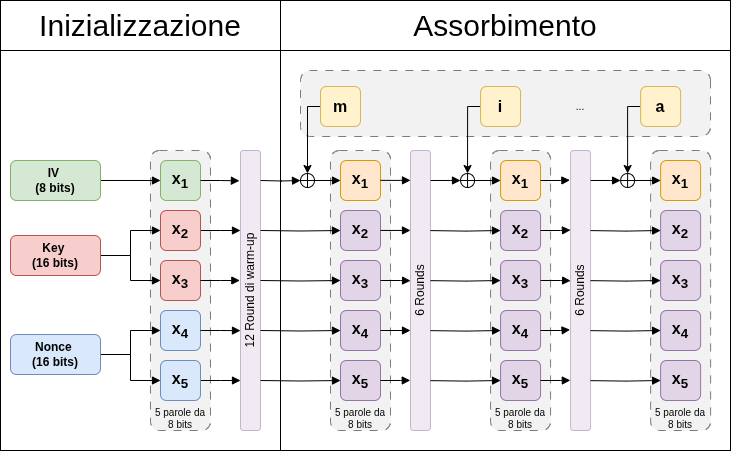
P1c1s/ascon129f keeps this draw.io diagram as ascon129f.drawio.png. Above is the earlier version. Source tidied: cells renumbered, new cells last; positions are measured from the earlier drawing's top-left corner, leaving out a move shared by most shapes.
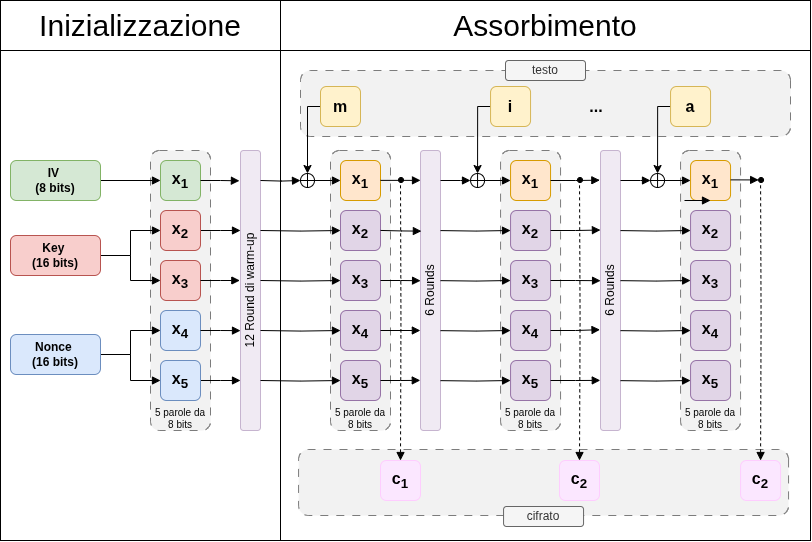
After the change.

Change to the diagram source:
```diff
@@ -2,20 +2,23 @@
   <root>
     <mxCell id="0" />
     <mxCell id="1" parent="0" />
-    <mxCell id="2" style="rounded=0;whiteSpace=wrap;html=1;fontSize=30;" parent="1" vertex="1">
-      <mxGeometry x="280" y="50" width="450" height="400" as="geometry" />
-    </mxCell>
+    <mxCell id="95" style="rounded=0;whiteSpace=wrap;html=1;fontSize=30;" parent="1" vertex="1">
+      <mxGeometry x="280" y="10" width="530" height="530" as="geometry" />
+    </mxCell>
+    <mxCell id="96" style="rounded=1;whiteSpace=wrap;html=1;fillColor=#E6E6E6;strokeColor=default;opacity=50;direction=south;dashed=1;dashPattern=8 8;" parent="1" vertex="1">
+      <mxGeometry x="298.1" y="449" width="490" height="66" as="geometry" />
+    </mxCell>
     <mxCell id="3" value="Assorbimento" style="rounded=0;whiteSpace=wrap;html=1;fontSize=30;" parent="1" vertex="1">
-      <mxGeometry x="280" width="450" height="50" as="geometry" />
+      <mxGeometry x="280" width="530" height="50" as="geometry" />
     </mxCell>
     <mxCell id="4" style="rounded=0;whiteSpace=wrap;html=1;fontSize=30;" parent="1" vertex="1">
-      <mxGeometry y="50" width="280" height="400" as="geometry" />
+      <mxGeometry y="50" width="280" height="490" as="geometry" />
     </mxCell>
     <mxCell id="5" style="rounded=1;whiteSpace=wrap;html=1;fillColor=#E6E6E6;strokeColor=default;opacity=50;dashed=1;dashPattern=8 8;" parent="1" vertex="1">
       <mxGeometry x="330" y="150" width="60" height="280" as="geometry" />
     </mxCell>
     <mxCell id="6" style="rounded=1;whiteSpace=wrap;html=1;fillColor=#E6E6E6;strokeColor=default;opacity=50;direction=south;dashed=1;dashPattern=8 8;" parent="1" vertex="1">
-      <mxGeometry x="300" y="70" width="410" height="66" as="geometry" />
+      <mxGeometry x="300" y="70" width="490" height="66" as="geometry" />
     </mxCell>
     <mxCell id="7" style="rounded=1;whiteSpace=wrap;html=1;fillColor=#E6E6E6;strokeColor=default;opacity=50;dashed=1;dashPattern=8 8;" parent="1" vertex="1">
       <mxGeometry x="150" y="150" width="60" height="280" as="geometry" />
@@ -139,7 +142,7 @@
       </mxGeometry>
     </mxCell>
     <mxCell id="36" value="&lt;div&gt;6 Rounds&lt;/div&gt;" style="rounded=1;whiteSpace=wrap;html=1;fillColor=#e1d5e7;strokeColor=#9673a6;opacity=50;horizontal=0;" parent="1" vertex="1">
-      <mxGeometry x="410" y="150" width="20" height="280" as="geometry" />
+      <mxGeometry x="420" y="150" width="20" height="280" as="geometry" />
     </mxCell>
     <mxCell id="37" style="edgeStyle=orthogonalEdgeStyle;rounded=0;jettySize=auto;html=1;entryX=0.003;entryY=0.465;entryDx=0;entryDy=0;entryPerimeter=0;endArrow=block;endFill=1;" parent="1" edge="1" source="27" target="36">
       <mxGeometry relative="1" as="geometry" />
@@ -185,38 +188,38 @@
       <mxGeometry relative="1" as="geometry" />
     </mxCell>
     <mxCell id="48" style="rounded=1;whiteSpace=wrap;html=1;fillColor=#E6E6E6;strokeColor=default;opacity=50;dashed=1;dashPattern=8 8;" parent="1" vertex="1">
-      <mxGeometry x="490.1" y="150" width="60" height="280" as="geometry" />
+      <mxGeometry x="500.1" y="150" width="60" height="280" as="geometry" />
     </mxCell>
     <mxCell id="49" value="x&lt;sub&gt;1&lt;/sub&gt;" style="rounded=1;whiteSpace=wrap;html=1;fillColor=#ffe6cc;strokeColor=#d79b00;fontStyle=1;fontSize=16;" parent="1" vertex="1">
-      <mxGeometry x="500.1" y="160" width="40" height="40" as="geometry" />
+      <mxGeometry x="510.1" y="160" width="40" height="40" as="geometry" />
     </mxCell>
     <mxCell id="50" value="x&lt;sub&gt;2&lt;/sub&gt;" style="rounded=1;whiteSpace=wrap;html=1;fillColor=#e1d5e7;strokeColor=#9673a6;fontStyle=1;fontSize=16;" parent="1" vertex="1">
-      <mxGeometry x="500.1" y="210" width="40" height="40" as="geometry" />
+      <mxGeometry x="510.1" y="210" width="40" height="40" as="geometry" />
     </mxCell>
     <mxCell id="51" value="x&lt;sub&gt;3&lt;/sub&gt;" style="rounded=1;whiteSpace=wrap;html=1;fillColor=#e1d5e7;strokeColor=#9673a6;fontStyle=1;fontSize=16;" parent="1" vertex="1">
-      <mxGeometry x="500.1" y="260" width="40" height="40" as="geometry" />
+      <mxGeometry x="510.1" y="260" width="40" height="40" as="geometry" />
     </mxCell>
     <mxCell id="52" value="x&lt;sub&gt;4&lt;/sub&gt;" style="rounded=1;whiteSpace=wrap;html=1;fillColor=#e1d5e7;strokeColor=#9673a6;fontStyle=1;fontSize=16;" parent="1" vertex="1">
-      <mxGeometry x="500.1" y="310" width="40" height="40" as="geometry" />
+      <mxGeometry x="510.1" y="310" width="40" height="40" as="geometry" />
     </mxCell>
     <mxCell id="53" value="x&lt;sub&gt;5&lt;/sub&gt;" style="rounded=1;whiteSpace=wrap;html=1;fillColor=#e1d5e7;strokeColor=#9673a6;fontStyle=1;fontSize=16;" parent="1" vertex="1">
-      <mxGeometry x="500.1" y="360" width="40" height="40" as="geometry" />
+      <mxGeometry x="510.1" y="360" width="40" height="40" as="geometry" />
     </mxCell>
     <mxCell id="54" value="5 parole da 8 bits" style="text;html=1;whiteSpace=wrap;strokeColor=none;fillColor=none;align=center;verticalAlign=middle;rounded=0;fontSize=10;" parent="1" vertex="1">
-      <mxGeometry x="490.1" y="408" width="60" height="20" as="geometry" />
+      <mxGeometry x="500.1" y="408" width="60" height="20" as="geometry" />
     </mxCell>
     <mxCell id="55" style="edgeStyle=orthogonalEdgeStyle;rounded=0;jettySize=auto;html=1;entryX=0.5;entryY=0;entryDx=0;entryDy=0;" parent="1" edge="1" source="56" target="64">
       <mxGeometry relative="1" as="geometry">
         <Array as="points">
-          <mxPoint x="467.1" y="106" />
+          <mxPoint x="477.1" y="106" />
         </Array>
       </mxGeometry>
     </mxCell>
     <mxCell id="56" value="i" style="rounded=1;whiteSpace=wrap;html=1;fillColor=#fff2cc;strokeColor=#d6b656;fontStyle=1;fontSize=16;" parent="1" vertex="1">
-      <mxGeometry x="480.1" y="86" width="40" height="40" as="geometry" />
+      <mxGeometry x="490.1" y="86" width="40" height="40" as="geometry" />
     </mxCell>
     <mxCell id="57" value="&lt;div&gt;6 Rounds&lt;/div&gt;" style="rounded=1;whiteSpace=wrap;html=1;fillColor=#e1d5e7;strokeColor=#9673a6;opacity=50;horizontal=0;" parent="1" vertex="1">
-      <mxGeometry x="570.1" y="150" width="20" height="280" as="geometry" />
+      <mxGeometry x="600" y="150" width="20" height="280" as="geometry" />
     </mxCell>
     <mxCell id="58" style="edgeStyle=orthogonalEdgeStyle;rounded=0;jettySize=auto;html=1;entryX=-0.033;entryY=0.106;entryDx=0;entryDy=0;entryPerimeter=0;endArrow=block;endFill=1;" parent="1" edge="1" source="49" target="57">
       <mxGeometry relative="1" as="geometry" />
@@ -237,7 +240,7 @@
       <mxGeometry relative="1" as="geometry" />
     </mxCell>
     <mxCell id="64" style="ellipse;whiteSpace=wrap;html=1;" parent="1" vertex="1">
-      <mxGeometry x="460.1" y="173" width="14" height="14" as="geometry" />
+      <mxGeometry x="470.1" y="173" width="14" height="14" as="geometry" />
     </mxCell>
     <mxCell id="65" style="endArrow=none;html=1;rounded=0;entryX=0.5;entryY=0;entryDx=0;entryDy=0;exitX=0.5;exitY=1;exitDx=0;exitDy=0;" parent="1" edge="1" source="64" target="64">
       <mxGeometry relative="1" as="geometry" />
@@ -245,16 +248,15 @@
     <mxCell id="66" style="endArrow=none;html=1;rounded=0;exitX=0;exitY=0.5;exitDx=0;exitDy=0;entryX=1;entryY=0.5;entryDx=0;entryDy=0;" parent="1" edge="1" source="64" target="64">
       <mxGeometry relative="1" as="geometry" />
     </mxCell>
-    <mxCell id="67" style="edgeStyle=orthogonalEdgeStyle;rounded=0;orthogonalLoop=1;jettySize=auto;html=1;entryX=0.003;entryY=0.465;entryDx=0;entryDy=0;entryPerimeter=0;endArrow=block;endFill=1;" parent="1" edge="1">
+    <mxCell id="67" style="edgeStyle=orthogonalEdgeStyle;rounded=0;jettySize=auto;html=1;entryX=0.044;entryY=0.288;entryDx=0;entryDy=0;entryPerimeter=0;endArrow=block;endFill=1;" parent="1" edge="1" target="36">
       <mxGeometry relative="1" as="geometry">
         <mxPoint x="380" y="229.9" as="sourcePoint" />
-        <mxPoint x="410" y="229.9" as="targetPoint" />
       </mxGeometry>
     </mxCell>
     <mxCell id="68" style="edgeStyle=orthogonalEdgeStyle;rounded=0;orthogonalLoop=1;jettySize=auto;html=1;entryX=0.003;entryY=0.465;entryDx=0;entryDy=0;entryPerimeter=0;endArrow=block;endFill=1;" parent="1" edge="1">
       <mxGeometry relative="1" as="geometry">
         <mxPoint x="380" y="179.9" as="sourcePoint" />
-        <mxPoint x="410" y="179.9" as="targetPoint" />
+        <mxPoint x="420" y="179.9" as="targetPoint" />
         <Array as="points">
           <mxPoint x="400" y="179.9" />
           <mxPoint x="400" y="179.9" />
@@ -267,78 +269,77 @@
         <mxPoint x="340" y="180" as="targetPoint" />
       </mxGeometry>
     </mxCell>
-    <mxCell id="70" style="edgeStyle=orthogonalEdgeStyle;rounded=0;orthogonalLoop=1;jettySize=auto;html=1;entryX=0.003;entryY=0.465;entryDx=0;entryDy=0;entryPerimeter=0;endArrow=block;endFill=1;" parent="1" edge="1">
+    <mxCell id="70" style="edgeStyle=orthogonalEdgeStyle;rounded=0;jettySize=auto;html=1;entryX=-0.012;entryY=0.644;entryDx=0;entryDy=0;entryPerimeter=0;endArrow=block;endFill=1;" parent="1" edge="1" target="36">
       <mxGeometry relative="1" as="geometry">
         <mxPoint x="380" y="330" as="sourcePoint" />
-        <mxPoint x="410" y="330" as="targetPoint" />
       </mxGeometry>
     </mxCell>
     <mxCell id="71" style="edgeStyle=orthogonalEdgeStyle;rounded=0;jettySize=auto;html=1;entryX=0;entryY=0.5;entryDx=0;entryDy=0;endArrow=block;endFill=1;" parent="1" edge="1" target="51">
       <mxGeometry relative="1" as="geometry">
-        <mxPoint x="430" y="280.1" as="sourcePoint" />
+        <mxPoint x="440" y="280.1" as="sourcePoint" />
       </mxGeometry>
     </mxCell>
     <mxCell id="72" style="edgeStyle=orthogonalEdgeStyle;rounded=0;jettySize=auto;html=1;entryX=0;entryY=0.5;entryDx=0;entryDy=0;endArrow=block;endFill=1;" parent="1" edge="1" target="53">
       <mxGeometry relative="1" as="geometry">
-        <mxPoint x="430" y="380.1" as="sourcePoint" />
+        <mxPoint x="440" y="380.1" as="sourcePoint" />
       </mxGeometry>
     </mxCell>
     <mxCell id="73" style="edgeStyle=orthogonalEdgeStyle;rounded=0;jettySize=auto;html=1;entryX=0;entryY=0.5;entryDx=0;entryDy=0;endArrow=block;endFill=1;" parent="1" edge="1" target="50">
       <mxGeometry relative="1" as="geometry">
-        <mxPoint x="430" y="230.1" as="sourcePoint" />
+        <mxPoint x="440" y="230.1" as="sourcePoint" />
       </mxGeometry>
     </mxCell>
     <mxCell id="74" style="edgeStyle=orthogonalEdgeStyle;rounded=0;orthogonalLoop=1;jettySize=auto;html=1;entryX=0.003;entryY=0.465;entryDx=0;entryDy=0;entryPerimeter=0;endArrow=block;endFill=1;" parent="1" edge="1">
       <mxGeometry relative="1" as="geometry">
-        <mxPoint x="430" y="180" as="sourcePoint" />
-        <mxPoint x="460" y="180" as="targetPoint" />
+        <mxPoint x="440" y="180" as="sourcePoint" />
+        <mxPoint x="470" y="180" as="targetPoint" />
         <Array as="points">
-          <mxPoint x="450" y="180" />
-          <mxPoint x="450" y="180" />
+          <mxPoint x="460" y="180" />
+          <mxPoint x="460" y="180" />
         </Array>
       </mxGeometry>
     </mxCell>
     <mxCell id="75" style="edgeStyle=orthogonalEdgeStyle;rounded=0;jettySize=auto;html=1;entryX=0;entryY=0.5;entryDx=0;entryDy=0;endArrow=block;endFill=1;" parent="1" edge="1" target="52">
       <mxGeometry relative="1" as="geometry">
-        <mxPoint x="430" y="330.1" as="sourcePoint" />
+        <mxPoint x="440" y="330.1" as="sourcePoint" />
       </mxGeometry>
     </mxCell>
     <mxCell id="76" style="rounded=1;whiteSpace=wrap;html=1;fillColor=#E6E6E6;strokeColor=default;opacity=50;dashed=1;dashPattern=8 8;" parent="1" vertex="1">
-      <mxGeometry x="650.1" y="150" width="60" height="280" as="geometry" />
+      <mxGeometry x="680.1" y="150" width="60" height="280" as="geometry" />
     </mxCell>
     <mxCell id="77" value="x&lt;sub&gt;1&lt;/sub&gt;" style="rounded=1;whiteSpace=wrap;html=1;fillColor=#ffe6cc;strokeColor=#d79b00;fontStyle=1;fontSize=16;" parent="1" vertex="1">
-      <mxGeometry x="660.1" y="160" width="40" height="40" as="geometry" />
+      <mxGeometry x="690.1" y="160" width="40" height="40" as="geometry" />
     </mxCell>
     <mxCell id="78" value="x&lt;sub&gt;2&lt;/sub&gt;" style="rounded=1;whiteSpace=wrap;html=1;fillColor=#e1d5e7;strokeColor=#9673a6;fontStyle=1;fontSize=16;" parent="1" vertex="1">
-      <mxGeometry x="660.1" y="210" width="40" height="40" as="geometry" />
+      <mxGeometry x="690.1" y="210" width="40" height="40" as="geometry" />
     </mxCell>
     <mxCell id="79" value="x&lt;sub&gt;3&lt;/sub&gt;" style="rounded=1;whiteSpace=wrap;html=1;fillColor=#e1d5e7;strokeColor=#9673a6;fontStyle=1;fontSize=16;" parent="1" vertex="1">
-      <mxGeometry x="660.1" y="260" width="40" height="40" as="geometry" />
+      <mxGeometry x="690.1" y="260" width="40" height="40" as="geometry" />
     </mxCell>
     <mxCell id="80" value="x&lt;sub&gt;4&lt;/sub&gt;" style="rounded=1;whiteSpace=wrap;html=1;fillColor=#e1d5e7;strokeColor=#9673a6;fontStyle=1;fontSize=16;" parent="1" vertex="1">
-      <mxGeometry x="660.1" y="310" width="40" height="40" as="geometry" />
+      <mxGeometry x="690.1" y="310" width="40" height="40" as="geometry" />
     </mxCell>
     <mxCell id="81" value="x&lt;sub&gt;5&lt;/sub&gt;" style="rounded=1;whiteSpace=wrap;html=1;fillColor=#e1d5e7;strokeColor=#9673a6;fontStyle=1;fontSize=16;" parent="1" vertex="1">
-      <mxGeometry x="660.1" y="360" width="40" height="40" as="geometry" />
+      <mxGeometry x="690.1" y="360" width="40" height="40" as="geometry" />
     </mxCell>
     <mxCell id="82" value="5 parole da 8 bits" style="text;html=1;whiteSpace=wrap;strokeColor=none;fillColor=none;align=center;verticalAlign=middle;rounded=0;fontSize=10;" parent="1" vertex="1">
-      <mxGeometry x="650.1" y="408" width="60" height="20" as="geometry" />
+      <mxGeometry x="680.1" y="408" width="60" height="20" as="geometry" />
     </mxCell>
     <mxCell id="83" style="edgeStyle=orthogonalEdgeStyle;rounded=0;jettySize=auto;html=1;entryX=0.5;entryY=0;entryDx=0;entryDy=0;" parent="1" edge="1" source="84" target="86">
       <mxGeometry relative="1" as="geometry">
         <Array as="points">
-          <mxPoint x="627.1" y="106" />
+          <mxPoint x="657.1" y="106" />
         </Array>
       </mxGeometry>
     </mxCell>
     <mxCell id="84" value="a" style="rounded=1;whiteSpace=wrap;html=1;fillColor=#fff2cc;strokeColor=#d6b656;fontStyle=1;fontSize=16;" parent="1" vertex="1">
-      <mxGeometry x="640.1" y="86" width="40" height="40" as="geometry" />
+      <mxGeometry x="670.1" y="86" width="40" height="40" as="geometry" />
     </mxCell>
     <mxCell id="85" style="edgeStyle=orthogonalEdgeStyle;rounded=0;jettySize=auto;html=1;entryX=0;entryY=0.5;entryDx=0;entryDy=0;endArrow=block;endFill=1;" parent="1" edge="1" source="86" target="77">
       <mxGeometry relative="1" as="geometry" />
     </mxCell>
     <mxCell id="86" style="ellipse;whiteSpace=wrap;html=1;" parent="1" vertex="1">
-      <mxGeometry x="620.1" y="173" width="14" height="14" as="geometry" />
+      <mxGeometry x="650.1" y="173" width="14" height="14" as="geometry" />
     </mxCell>
     <mxCell id="87" style="endArrow=none;html=1;rounded=0;entryX=0.5;entryY=0;entryDx=0;entryDy=0;exitX=0.5;exitY=1;exitDx=0;exitDy=0;" parent="1" edge="1" source="86" target="86">
       <mxGeometry relative="1" as="geometry" />
@@ -348,36 +349,86 @@
     </mxCell>
     <mxCell id="89" style="edgeStyle=orthogonalEdgeStyle;rounded=0;jettySize=auto;html=1;entryX=0;entryY=0.5;entryDx=0;entryDy=0;endArrow=block;endFill=1;" parent="1" edge="1" target="79">
       <mxGeometry relative="1" as="geometry">
-        <mxPoint x="590.1" y="280.1" as="sourcePoint" />
+        <mxPoint x="620" y="280.1" as="sourcePoint" />
       </mxGeometry>
     </mxCell>
     <mxCell id="90" style="edgeStyle=orthogonalEdgeStyle;rounded=0;jettySize=auto;html=1;entryX=0;entryY=0.5;entryDx=0;entryDy=0;endArrow=block;endFill=1;" parent="1" edge="1" target="81">
       <mxGeometry relative="1" as="geometry">
-        <mxPoint x="590.1" y="380.1" as="sourcePoint" />
+        <mxPoint x="620" y="380.1" as="sourcePoint" />
       </mxGeometry>
     </mxCell>
     <mxCell id="91" style="edgeStyle=orthogonalEdgeStyle;rounded=0;jettySize=auto;html=1;entryX=0;entryY=0.5;entryDx=0;entryDy=0;endArrow=block;endFill=1;" parent="1" edge="1" target="78">
       <mxGeometry relative="1" as="geometry">
-        <mxPoint x="590.1" y="230.1" as="sourcePoint" />
+        <mxPoint x="620" y="230.1" as="sourcePoint" />
       </mxGeometry>
     </mxCell>
     <mxCell id="92" style="edgeStyle=orthogonalEdgeStyle;rounded=0;orthogonalLoop=1;jettySize=auto;html=1;entryX=0.003;entryY=0.465;entryDx=0;entryDy=0;entryPerimeter=0;endArrow=block;endFill=1;" parent="1" edge="1">
       <mxGeometry relative="1" as="geometry">
-        <mxPoint x="590.1" y="180" as="sourcePoint" />
-        <mxPoint x="620.1" y="180" as="targetPoint" />
+        <mxPoint x="620" y="180" as="sourcePoint" />
+        <mxPoint x="650" y="180" as="targetPoint" />
         <Array as="points">
-          <mxPoint x="610.1" y="180" />
-          <mxPoint x="610.1" y="180" />
+          <mxPoint x="640" y="180" />
+          <mxPoint x="640" y="180" />
         </Array>
       </mxGeometry>
     </mxCell>
     <mxCell id="93" style="edgeStyle=orthogonalEdgeStyle;rounded=0;jettySize=auto;html=1;entryX=0;entryY=0.5;entryDx=0;entryDy=0;endArrow=block;endFill=1;" parent="1" edge="1" target="80">
       <mxGeometry relative="1" as="geometry">
-        <mxPoint x="590.1" y="330.1" as="sourcePoint" />
+        <mxPoint x="620" y="330.1" as="sourcePoint" />
       </mxGeometry>
     </mxCell>
-    <mxCell id="94" value="..." style="text;html=1;whiteSpace=wrap;strokeColor=none;fillColor=none;align=center;verticalAlign=middle;rounded=0;fontSize=10;" parent="1" vertex="1">
-      <mxGeometry x="550.1" y="96" width="60" height="20" as="geometry" />
+    <mxCell id="94" value="..." style="text;html=1;whiteSpace=wrap;strokeColor=none;fillColor=none;align=center;verticalAlign=middle;rounded=0;fontSize=16;fontStyle=1;" parent="1" vertex="1">
+      <mxGeometry x="566" y="96" width="60" height="20" as="geometry" />
     </mxCell>
+    <mxCell id="97" value="c&lt;sub&gt;1&lt;/sub&gt;" style="rounded=1;whiteSpace=wrap;html=1;fillColor=#FBE7FF;strokeColor=#FECDFF;fontStyle=1;fontSize=16;" parent="1" vertex="1">
+      <mxGeometry x="380" y="460" width="40" height="40" as="geometry" />
+    </mxCell>
+    <mxCell id="98" style="edgeStyle=orthogonalEdgeStyle;rounded=0;jettySize=auto;html=1;endArrow=block;endFill=1;dashed=1;entryX=0.5;entryY=0;entryDx=0;entryDy=0;" parent="1" edge="1" target="97">
+      <mxGeometry relative="1" as="geometry">
+        <mxPoint x="400" y="178.8" as="sourcePoint" />
+      </mxGeometry>
+    </mxCell>
+    <mxCell id="99" style="ellipse;whiteSpace=wrap;html=1;fillColor=#000000;" parent="1" vertex="1">
+      <mxGeometry x="398" y="177" width="5" height="5" as="geometry" />
+    </mxCell>
+    <mxCell id="100" value="c&lt;sub&gt;2&lt;/sub&gt;" style="rounded=1;whiteSpace=wrap;html=1;fillColor=#FBE7FF;strokeColor=#FECDFF;fontStyle=1;fontSize=16;" parent="1" vertex="1">
+      <mxGeometry x="559" y="460" width="40" height="40" as="geometry" />
+    </mxCell>
+    <mxCell id="101" style="ellipse;whiteSpace=wrap;html=1;fillColor=#000000;" parent="1" vertex="1">
+      <mxGeometry x="577" y="177" width="5" height="5" as="geometry" />
+    </mxCell>
+    <mxCell id="102" style="edgeStyle=orthogonalEdgeStyle;rounded=0;jettySize=auto;html=1;endArrow=block;endFill=1;dashed=1;entryX=0.5;entryY=0;entryDx=0;entryDy=0;" parent="1" edge="1" target="100">
+      <mxGeometry relative="1" as="geometry">
+        <mxPoint x="579" y="178.8" as="sourcePoint" />
+      </mxGeometry>
+    </mxCell>
+    <mxCell id="103" style="edgeStyle=orthogonalEdgeStyle;rounded=0;jettySize=auto;html=1;endArrow=block;endFill=1;entryX=0;entryY=0.5;entryDx=0;entryDy=0;" parent="1" edge="1" target="106">
+      <mxGeometry relative="1" as="geometry">
+        <mxPoint x="730.1" y="179.4" as="sourcePoint" />
+      </mxGeometry>
+    </mxCell>
+    <mxCell id="104" value="c&lt;sub&gt;2&lt;/sub&gt;" style="rounded=1;whiteSpace=wrap;html=1;fillColor=#FBE7FF;strokeColor=#FECDFF;fontStyle=1;fontSize=16;" parent="1" vertex="1">
+      <mxGeometry x="740.1" y="460" width="40" height="40" as="geometry" />
+    </mxCell>
+    <mxCell id="105" style="edgeStyle=orthogonalEdgeStyle;rounded=0;jettySize=auto;html=1;endArrow=block;endFill=1;dashed=1;entryX=0.5;entryY=0;entryDx=0;entryDy=0;" parent="1" edge="1" target="104">
+      <mxGeometry relative="1" as="geometry">
+        <mxPoint x="760.1" y="178.8" as="sourcePoint" />
+      </mxGeometry>
+    </mxCell>
+    <mxCell id="106" style="ellipse;whiteSpace=wrap;html=1;fillColor=#000000;" parent="1" vertex="1">
+      <mxGeometry x="758.1" y="177" width="5" height="5" as="geometry" />
+    </mxCell>
+    <mxCell id="107" style="edgeStyle=orthogonalEdgeStyle;rounded=0;orthogonalLoop=1;jettySize=auto;html=1;entryX=0;entryY=0.5;entryDx=0;entryDy=0;endArrow=block;endFill=1;" parent="1" edge="1">
+      <mxGeometry relative="1" as="geometry">
+        <mxPoint x="684" y="200" as="sourcePoint" />
+        <mxPoint x="710" y="200" as="targetPoint" />
+      </mxGeometry>
+    </mxCell>
+    <mxCell id="108" value="testo" style="rounded=1;whiteSpace=wrap;html=1;fillColor=#f5f5f5;fontColor=#333333;strokeColor=#666666;" parent="1" vertex="1">
+      <mxGeometry x="505" y="60" width="80" height="20" as="geometry" />
+    </mxCell>
+    <mxCell id="109" value="cifrato" style="rounded=1;whiteSpace=wrap;html=1;fillColor=#f5f5f5;fontColor=#333333;strokeColor=#666666;" parent="1" vertex="1">
+      <mxGeometry x="503.1" y="506" width="80" height="20" as="geometry" />
+    </mxCell>
   </root>
 </mxGraphModel>
```
